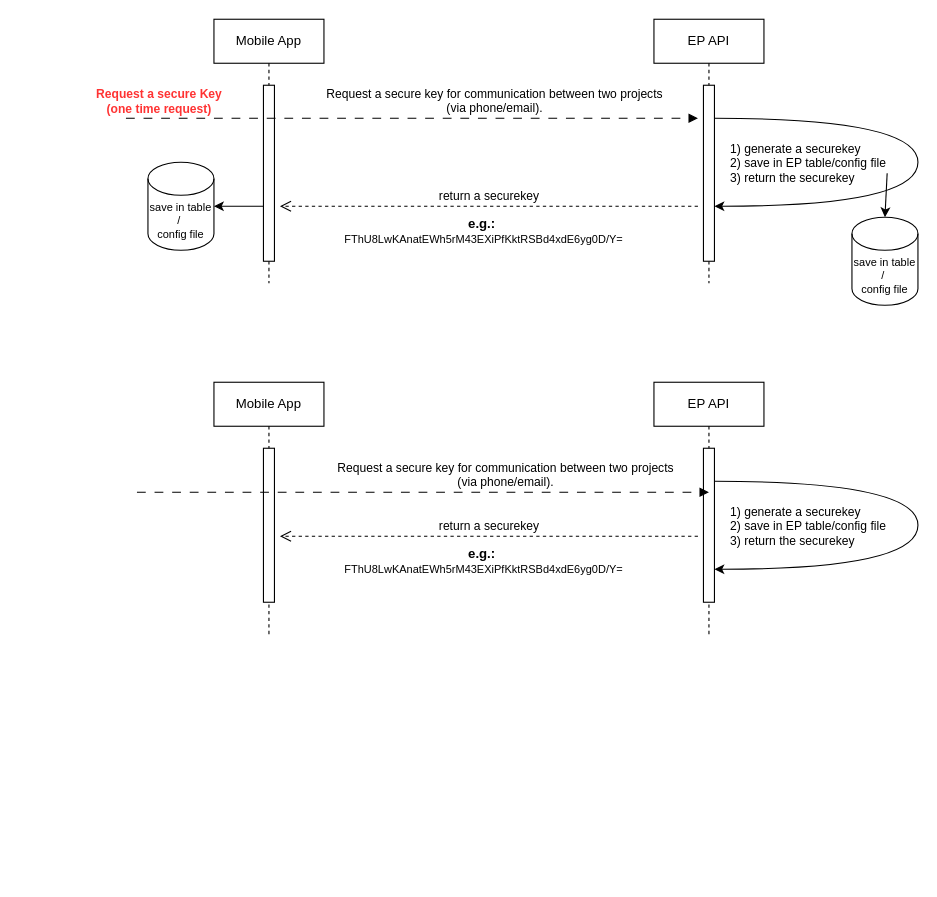
mujianlo/hrpt_drawio keeps this draw.io diagram as employeePortal_API_workflow.drawio. Above is the earlier version. Source tidied: cells renumbered, new cells numbered last; positions are measured from the earlier drawing's top-left corner, leaving out a move shared by most shapes. Both pictures are drawn from the tidied source at 110%, with x=0, y=0 at pixel (87, 19).
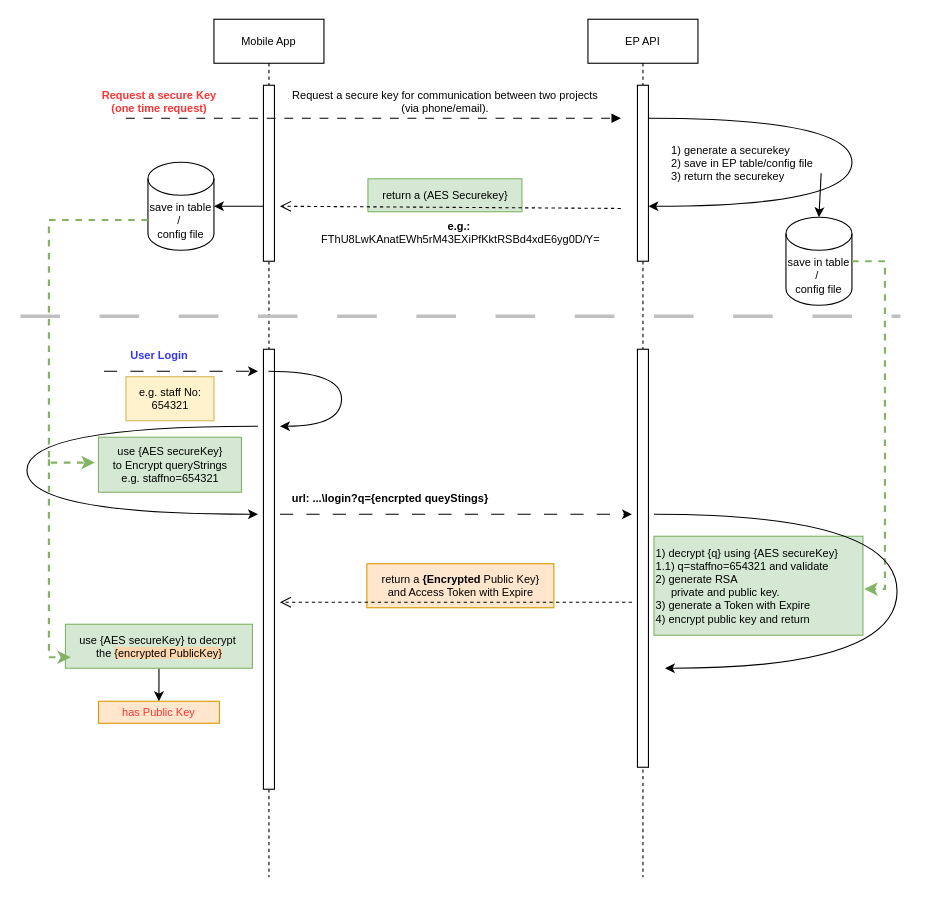
After the change.

What changed in the source:
```diff
@@
+    <mxCell id="25" value="&lt;div&gt;return a &lt;b&gt;{Encrypted&lt;/b&gt; Public Key}&lt;/div&gt;&lt;div&gt;and Access Token with Expire&lt;br&gt;&lt;/div&gt;" style="text;html=1;align=center;verticalAlign=middle;strokeColor=#d79b00;fillColor=#ffe6cc;fontSize=10;" parent="1" vertex="1">
+      <mxGeometry x="254" y="495" width="170" height="40" as="geometry" />
+    </mxCell>
+    <mxCell id="26" value="return a (AES Securekey}" style="text;html=1;align=center;verticalAlign=middle;strokeColor=#82b366;fillColor=#d5e8d4;fontSize=10;" parent="1" vertex="1">
+      <mxGeometry x="255" y="145" width="140" height="30" as="geometry" />
+    </mxCell>
-    <mxCell id="2" value="Mobile App" style="shape=umlLifeline;perimeter=lifelinePerimeter;whiteSpace=wrap;html=1;outlineConnect=0;portConstraint=eastwest;newEdgeStyle={&quot;edgeStyle&quot;:&quot;elbowEdgeStyle&quot;,&quot;elbow&quot;:&quot;vertical&quot;,&quot;curved&quot;:0,&quot;rounded&quot;:0};" parent="1" vertex="1">
-      <mxGeometry x="115" width="100" height="240" as="geometry" />
+    <mxCell id="2" value="Mobile App" style="shape=umlLifeline;perimeter=lifelinePerimeter;whiteSpace=wrap;html=1;outlineConnect=0;portConstraint=eastwest;newEdgeStyle={&quot;edgeStyle&quot;:&quot;elbowEdgeStyle&quot;,&quot;elbow&quot;:&quot;vertical&quot;,&quot;curved&quot;:0,&quot;rounded&quot;:0};fontSize=10;" parent="1" vertex="1">
+      <mxGeometry x="115" width="100" height="780" as="geometry" />
     </mxCell>
-    <mxCell id="3" style="html=1;perimeter=orthogonalPerimeter;targetShapes=umlLifeline;newEdgeStyle={&quot;edgeStyle&quot;:&quot;elbowEdgeStyle&quot;,&quot;elbow&quot;:&quot;vertical&quot;,&quot;curved&quot;:0,&quot;rounded&quot;:0};" parent="2" vertex="1">
+    <mxCell id="3" style="html=1;perimeter=orthogonalPerimeter;targetShapes=umlLifeline;newEdgeStyle={&quot;edgeStyle&quot;:&quot;elbowEdgeStyle&quot;,&quot;elbow&quot;:&quot;vertical&quot;,&quot;curved&quot;:0,&quot;rounded&quot;:0};fontSize=10;" parent="2" vertex="1">
       <mxGeometry x="45" y="60" width="10" height="160" as="geometry" />
     </mxCell>
+    <mxCell id="27" style="html=1;perimeter=orthogonalPerimeter;targetShapes=umlLifeline;newEdgeStyle={&quot;curved&quot;:0,&quot;rounded&quot;:0};fontSize=10;" parent="2" vertex="1">
+      <mxGeometry x="45" y="300" width="10" height="400" as="geometry" />
+    </mxCell>
-    <mxCell id="4" value="EP API" style="shape=umlLifeline;perimeter=lifelinePerimeter;whiteSpace=wrap;html=1;newEdgeStyle={&quot;edgeStyle&quot;:&quot;elbowEdgeStyle&quot;,&quot;elbow&quot;:&quot;vertical&quot;,&quot;curved&quot;:0,&quot;rounded&quot;:0};" parent="1" vertex="1">
-      <mxGeometry x="515" width="100" height="240" as="geometry" />
+    <mxCell id="4" value="EP API" style="shape=umlLifeline;perimeter=lifelinePerimeter;whiteSpace=wrap;html=1;newEdgeStyle={&quot;edgeStyle&quot;:&quot;elbowEdgeStyle&quot;,&quot;elbow&quot;:&quot;vertical&quot;,&quot;curved&quot;:0,&quot;rounded&quot;:0};fontSize=10;" parent="1" vertex="1">
+      <mxGeometry x="455" width="100" height="780" as="geometry" />
     </mxCell>
-    <mxCell id="5" style="html=1;points=[];perimeter=orthogonalPerimeter;outlineConnect=0;targetShapes=umlLifeline;portConstraint=eastwest;newEdgeStyle={&quot;edgeStyle&quot;:&quot;elbowEdgeStyle&quot;,&quot;elbow&quot;:&quot;vertical&quot;,&quot;curved&quot;:0,&quot;rounded&quot;:0};" parent="4" vertex="1">
+    <mxCell id="5" style="html=1;points=[];perimeter=orthogonalPerimeter;outlineConnect=0;targetShapes=umlLifeline;portConstraint=eastwest;newEdgeStyle={&quot;edgeStyle&quot;:&quot;elbowEdgeStyle&quot;,&quot;elbow&quot;:&quot;vertical&quot;,&quot;curved&quot;:0,&quot;rounded&quot;:0};fontSize=10;" parent="4" vertex="1">
       <mxGeometry x="45" y="60" width="10" height="160" as="geometry" />
     </mxCell>
-    <mxCell id="6" style="edgeStyle=orthogonalEdgeStyle;rounded=0;orthogonalLoop=1;jettySize=auto;html=1;elbow=vertical;curved=1;" parent="4" edge="1" source="5" target="5">
+    <mxCell id="6" style="edgeStyle=orthogonalEdgeStyle;rounded=0;orthogonalLoop=1;jettySize=auto;html=1;elbow=vertical;curved=1;fontSize=10;" parent="4" edge="1" source="5" target="5">
       <mxGeometry relative="1" as="geometry">
         <Array as="points">
           <mxPoint x="240" y="90" />
           <mxPoint x="240" y="170" />
         </Array>
       </mxGeometry>
     </mxCell>
-    <mxCell id="7" value="&lt;div align=&quot;left&quot;&gt;1) generate a securekey&lt;/div&gt;&lt;div align=&quot;left&quot;&gt;2) save in EP table/config file &lt;br&gt;&lt;/div&gt;&lt;div align=&quot;left&quot;&gt;3) return the securekey&lt;/div&gt;" style="edgeLabel;html=1;align=center;verticalAlign=middle;" parent="6" vertex="1">
+    <mxCell id="7" value="&lt;div style=&quot;font-size: 10px;&quot; align=&quot;left&quot;&gt;1) generate a securekey&lt;/div&gt;&lt;div style=&quot;font-size: 10px;&quot; align=&quot;left&quot;&gt;2) save in EP table/config file &lt;br style=&quot;font-size: 10px;&quot;&gt;&lt;/div&gt;&lt;div style=&quot;font-size: 10px;&quot; align=&quot;left&quot;&gt;3) return the securekey&lt;/div&gt;" style="edgeLabel;html=1;align=center;verticalAlign=middle;fontSize=10;" parent="6" vertex="1">
       <mxGeometry x="0.31" y="-5" relative="1" as="geometry">
         <mxPoint x="-71" y="-35" as="offset" />
       </mxGeometry>
     </mxCell>
+    <mxCell id="28" style="html=1;perimeter=orthogonalPerimeter;targetShapes=umlLifeline;newEdgeStyle={&quot;curved&quot;:0,&quot;rounded&quot;:0};fontSize=10;" parent="4" vertex="1">
+      <mxGeometry x="45" y="300" width="10" height="380" as="geometry" />
+    </mxCell>
-    <mxCell id="8" value="Request a secure key for communication between two projects&lt;br&gt;(via phone/email)." style="html=1;verticalAlign=bottom;endArrow=block;edgeStyle=elbowEdgeStyle;elbow=vertical;curved=0;rounded=0;dashed=1;dashPattern=8 8;" parent="1" edge="1">
+    <mxCell id="8" value="Request a secure key for communication between two projects&lt;br style=&quot;font-size: 10px;&quot;&gt;(via phone/email)." style="html=1;verticalAlign=bottom;endArrow=block;edgeStyle=elbowEdgeStyle;elbow=vertical;curved=0;rounded=0;dashed=1;dashPattern=8 8;fontSize=10;" parent="1" edge="1">
       <mxGeometry x="0.29" relative="1" as="geometry">
         <mxPoint x="35" y="90" as="sourcePoint" />
-        <mxPoint x="555" y="90" as="targetPoint" />
+        <mxPoint x="485" y="90" as="targetPoint" />
       </mxGeometry>
     </mxCell>
-    <mxCell id="9" value="return a securekey" style="html=1;verticalAlign=bottom;endArrow=open;dashed=1;endSize=8;elbow=horizontal;rounded=0;" parent="1" edge="1">
+    <mxCell id="9" style="html=1;verticalAlign=bottom;endArrow=open;dashed=1;endSize=8;elbow=horizontal;rounded=0;fontSize=10;exitX=1.003;exitY=-0.06;exitDx=0;exitDy=0;exitPerimeter=0;" parent="1" edge="1" source="13">
       <mxGeometry relative="1" as="geometry">
-        <mxPoint x="555" y="170" as="sourcePoint" />
         <mxPoint x="175" y="170" as="targetPoint" />
       </mxGeometry>
     </mxCell>
-    <mxCell id="10" style="rounded=0;jettySize=auto;html=1;elbow=vertical;entryX=1;entryY=0.5;entryDx=0;entryDy=0;entryPerimeter=0;" parent="1" edge="1" target="11">
+    <mxCell id="10" style="rounded=0;jettySize=auto;html=1;elbow=vertical;entryX=1;entryY=0.5;entryDx=0;entryDy=0;entryPerimeter=0;fontSize=10;" parent="1" edge="1" target="11">
       <mxGeometry relative="1" as="geometry">
         <mxPoint x="160" y="170" as="sourcePoint" />
       </mxGeometry>
     </mxCell>
-    <mxCell id="11" value="&lt;div style=&quot;font-size: 10px;&quot;&gt;save in table /&amp;nbsp;&lt;/div&gt;&lt;div style=&quot;font-size: 10px;&quot;&gt;config file&lt;br style=&quot;font-size: 10px;&quot;&gt;&lt;/div&gt;" style="shape=cylinder3;whiteSpace=wrap;html=1;boundedLbl=1;backgroundOutline=1;size=15;" parent="1" vertex="1">
+    <mxCell id="11" value="&lt;div style=&quot;font-size: 10px;&quot;&gt;save in table /&amp;nbsp;&lt;/div&gt;&lt;div style=&quot;font-size: 10px;&quot;&gt;config file&lt;br style=&quot;font-size: 10px;&quot;&gt;&lt;/div&gt;" style="shape=cylinder3;whiteSpace=wrap;html=1;boundedLbl=1;backgroundOutline=1;size=15;fontSize=10;" parent="1" vertex="1">
       <mxGeometry x="55" y="130" width="60" height="80" as="geometry" />
     </mxCell>
-    <mxCell id="12" value="Request a secure Key&lt;br&gt;(one time request)" style="text;html=1;align=center;verticalAlign=middle;strokeColor=none;fillColor=none;fontSize=11;fontStyle=1;fontColor=#FF3333;" parent="1" vertex="1">
-      <mxGeometry y="55" width="130" height="40" as="geometry" />
+    <mxCell id="12" value="Request a secure Key&lt;br style=&quot;font-size: 10px;&quot;&gt;(one time request)" style="text;html=1;align=center;verticalAlign=middle;strokeColor=none;fillColor=none;fontSize=10;fontStyle=1;fontColor=#FF3333;" parent="1" vertex="1">
+      <mxGeometry x="5" y="55" width="120" height="40" as="geometry" />
     </mxCell>
-    <mxCell id="13" value="&lt;b&gt;e.g.:&amp;nbsp;&lt;/b&gt;&lt;br&gt;&lt;font style=&quot;font-size: 10px;&quot;&gt;FThU8LwKAnatEWh5rM43EXiPfKktRSBd4xdE6yg0D/Y=&lt;/font&gt;&lt;div&gt;&lt;br&gt;&lt;/div&gt;" style="text;html=1;align=center;verticalAlign=middle;points=[];strokeColor=none;fillColor=none;" parent="1" vertex="1">
-      <mxGeometry x="215" y="170" width="290" height="60" as="geometry" />
+    <mxCell id="13" value="&lt;b style=&quot;font-size: 10px;&quot;&gt;e.g.:&amp;nbsp;&lt;/b&gt;&lt;br style=&quot;font-size: 10px;&quot;&gt;&lt;font style=&quot;font-size: 10px;&quot;&gt;FThU8LwKAnatEWh5rM43EXiPfKktRSBd4xdE6yg0D/Y=&lt;/font&gt;&lt;div style=&quot;font-size: 10px;&quot;&gt;&lt;br style=&quot;font-size: 10px;&quot;&gt;&lt;/div&gt;" style="text;html=1;align=center;verticalAlign=middle;points=[];strokeColor=none;fillColor=none;fontSize=10;" parent="1" vertex="1">
+      <mxGeometry x="194" y="175" width="290" height="50" as="geometry" />
     </mxCell>
-    <mxCell id="14" value="&lt;div style=&quot;font-size: 10px;&quot;&gt;save in table /&amp;nbsp;&lt;/div&gt;&lt;div style=&quot;font-size: 10px;&quot;&gt;config file&lt;br style=&quot;font-size: 10px;&quot;&gt;&lt;/div&gt;" style="shape=cylinder3;whiteSpace=wrap;html=1;boundedLbl=1;backgroundOutline=1;size=15;" parent="1" vertex="1">
-      <mxGeometry x="695" y="180" width="60" height="80" as="geometry" />
+    <mxCell id="14" value="&lt;div style=&quot;font-size: 10px;&quot;&gt;save in table /&amp;nbsp;&lt;/div&gt;&lt;div style=&quot;font-size: 10px;&quot;&gt;config file&lt;br style=&quot;font-size: 10px;&quot;&gt;&lt;/div&gt;" style="shape=cylinder3;whiteSpace=wrap;html=1;boundedLbl=1;backgroundOutline=1;size=15;fontSize=10;" parent="1" vertex="1">
+      <mxGeometry x="635" y="180" width="60" height="80" as="geometry" />
     </mxCell>
-    <mxCell id="15" style="endArrow=classic;html=1;rounded=0;entryX=0.5;entryY=0;entryDx=0;entryDy=0;entryPerimeter=0;" parent="1" edge="1" target="14">
+    <mxCell id="15" style="endArrow=classic;html=1;rounded=0;entryX=0.5;entryY=0;entryDx=0;entryDy=0;entryPerimeter=0;fontSize=10;" parent="1" edge="1" target="14">
       <mxGeometry relative="1" as="geometry">
-        <mxPoint x="727" y="140" as="sourcePoint" />
+        <mxPoint x="667" y="140" as="sourcePoint" />
       </mxGeometry>
     </mxCell>
-    <mxCell id="16" value="Mobile App" style="shape=umlLifeline;perimeter=lifelinePerimeter;whiteSpace=wrap;html=1;newEdgeStyle={&quot;edgeStyle&quot;:&quot;elbowEdgeStyle&quot;,&quot;elbow&quot;:&quot;vertical&quot;,&quot;curved&quot;:0,&quot;rounded&quot;:0};" parent="1" vertex="1">
-      <mxGeometry x="115" y="330" width="100" height="230" as="geometry" />
-    </mxCell>
-    <mxCell id="17" style="html=1;perimeter=orthogonalPerimeter;targetShapes=umlLifeline;newEdgeStyle={&quot;edgeStyle&quot;:&quot;elbowEdgeStyle&quot;,&quot;elbow&quot;:&quot;vertical&quot;,&quot;curved&quot;:0,&quot;rounded&quot;:0};" parent="16" vertex="1">
-      <mxGeometry x="45" y="60" width="10" height="140" as="geometry" />
-    </mxCell>
-    <mxCell id="18" value="EP API" style="shape=umlLifeline;perimeter=lifelinePerimeter;whiteSpace=wrap;html=1;newEdgeStyle={&quot;edgeStyle&quot;:&quot;elbowEdgeStyle&quot;,&quot;elbow&quot;:&quot;vertical&quot;,&quot;curved&quot;:0,&quot;rounded&quot;:0};" parent="1" vertex="1">
-      <mxGeometry x="515" y="330" width="100" height="230" as="geometry" />
-    </mxCell>
-    <mxCell id="19" style="html=1;points=[];perimeter=orthogonalPerimeter;outlineConnect=0;targetShapes=umlLifeline;portConstraint=eastwest;newEdgeStyle={&quot;edgeStyle&quot;:&quot;elbowEdgeStyle&quot;,&quot;elbow&quot;:&quot;vertical&quot;,&quot;curved&quot;:0,&quot;rounded&quot;:0};" parent="18" vertex="1">
-      <mxGeometry x="45" y="60" width="10" height="140" as="geometry" />
-    </mxCell>
-    <mxCell id="20" style="edgeStyle=orthogonalEdgeStyle;rounded=0;orthogonalLoop=1;jettySize=auto;html=1;elbow=vertical;curved=1;" parent="18" edge="1" source="19" target="19">
-      <mxGeometry relative="1" as="geometry">
-        <Array as="points">
-          <mxPoint x="240" y="90" />
-          <mxPoint x="240" y="170" />
-        </Array>
-      </mxGeometry>
-    </mxCell>
-    <mxCell id="21" value="&lt;div align=&quot;left&quot;&gt;1) generate a securekey&lt;/div&gt;&lt;div align=&quot;left&quot;&gt;2) save in EP table/config file &lt;br&gt;&lt;/div&gt;&lt;div align=&quot;left&quot;&gt;3) return the securekey&lt;/div&gt;" style="edgeLabel;html=1;align=center;verticalAlign=middle;" parent="20" vertex="1">
-      <mxGeometry x="0.31" y="-5" relative="1" as="geometry">
-        <mxPoint x="-71" y="-35" as="offset" />
-      </mxGeometry>
-    </mxCell>
-    <mxCell id="22" value="return a securekey" style="html=1;verticalAlign=bottom;endArrow=open;dashed=1;endSize=8;elbow=horizontal;rounded=0;" parent="1" edge="1">
-      <mxGeometry relative="1" as="geometry">
-        <mxPoint x="555" y="470" as="sourcePoint" />
-        <mxPoint x="175" y="470" as="targetPoint" />
-      </mxGeometry>
-    </mxCell>
-    <mxCell id="23" value="&lt;b&gt;e.g.:&amp;nbsp;&lt;/b&gt;&lt;br&gt;&lt;font style=&quot;font-size: 10px;&quot;&gt;FThU8LwKAnatEWh5rM43EXiPfKktRSBd4xdE6yg0D/Y=&lt;/font&gt;&lt;div&gt;&lt;br&gt;&lt;/div&gt;" style="text;html=1;align=center;verticalAlign=middle;strokeColor=none;fillColor=none;" parent="1" vertex="1">
-      <mxGeometry x="215" y="470" width="290" height="60" as="geometry" />
-    </mxCell>
-    <mxCell id="24" value="Request a secure key for communication between two projects&lt;br&gt;(via phone/email)." style="html=1;verticalAlign=bottom;endArrow=block;edgeStyle=elbowEdgeStyle;elbow=vertical;curved=0;rounded=0;dashed=1;dashPattern=8 8;" parent="1" edge="1">
-      <mxGeometry x="0.29" relative="1" as="geometry">
-        <mxPoint x="45" y="430" as="sourcePoint" />
-        <mxPoint x="565" y="430" as="targetPoint" />
-      </mxGeometry>
-    </mxCell>
+    <mxCell id="29" value="User Login" style="text;html=1;align=center;verticalAlign=middle;strokeColor=none;fillColor=none;fontSize=10;fontStyle=1;fontColor=#3333FF;" parent="1" vertex="1">
+      <mxGeometry x="30" y="290" width="70" height="30" as="geometry" />
+    </mxCell>
+    <mxCell id="30" style="edgeStyle=orthogonalEdgeStyle;rounded=0;orthogonalLoop=1;jettySize=auto;html=1;curved=1;fontSize=10;" parent="1" edge="1">
+      <mxGeometry relative="1" as="geometry">
+        <mxPoint x="155" y="370" as="sourcePoint" />
+        <mxPoint x="155" y="450" as="targetPoint" />
+        <Array as="points">
+          <mxPoint x="-55" y="370" />
+          <mxPoint x="-55" y="450" />
+        </Array>
+      </mxGeometry>
+    </mxCell>
+    <mxCell id="31" style="endArrow=classic;html=1;rounded=0;dashed=1;dashPattern=12 12;fontSize=10;" parent="1" edge="1">
+      <mxGeometry relative="1" as="geometry">
+        <mxPoint x="15" y="320" as="sourcePoint" />
+        <mxPoint x="155" y="320" as="targetPoint" />
+      </mxGeometry>
+    </mxCell>
+    <mxCell id="32" value="e.g. staff No: &lt;br style=&quot;font-size: 10px;&quot;&gt;654321" style="text;html=1;align=center;verticalAlign=middle;strokeColor=#d6b656;fillColor=#fff2cc;fontSize=10;" parent="1" vertex="1">
+      <mxGeometry x="35" y="325" width="80" height="40" as="geometry" />
+    </mxCell>
+    <mxCell id="33" value="&lt;div style=&quot;font-size: 10px;&quot;&gt;use {AES secureKey}&lt;/div&gt;&lt;div style=&quot;font-size: 10px;&quot;&gt;to Encrypt queryStrings&lt;br style=&quot;font-size: 10px;&quot;&gt;e.g. staffno=654321&lt;br&gt;&lt;/div&gt;" style="text;html=1;align=center;verticalAlign=middle;points=[];strokeColor=#82b366;fillColor=#d5e8d4;fontSize=10;" parent="1" vertex="1">
+      <mxGeometry x="10" y="380" width="130" height="50" as="geometry" />
+    </mxCell>
+    <mxCell id="34" style="endArrow=classic;html=1;rounded=0;edgeStyle=elbowEdgeStyle;exitX=0;exitY=0;exitDx=0;exitDy=52.5;exitPerimeter=0;dashed=1;fillColor=#d5e8d4;strokeColor=#82b366;strokeWidth=2;fontSize=10;entryX=-0.025;entryY=0.46;entryDx=0;entryDy=0;entryPerimeter=0;" parent="1" edge="1" source="11" target="33">
+      <mxGeometry relative="1" as="geometry">
+        <Array as="points">
+          <mxPoint x="-35" y="300" />
+        </Array>
+      </mxGeometry>
+    </mxCell>
+    <mxCell id="35" style="endArrow=classic;html=1;rounded=0;dashed=1;dashPattern=12 12;edgeStyle=elbowEdgeStyle;fontSize=10;" parent="1" edge="1">
+      <mxGeometry relative="1" as="geometry">
+        <mxPoint x="175" y="450" as="sourcePoint" />
+        <mxPoint x="495" y="450" as="targetPoint" />
+      </mxGeometry>
+    </mxCell>
+    <mxCell id="36" value="url: ...\login?q={encrpted queyStings}" style="text;html=1;align=center;verticalAlign=middle;strokeColor=none;fillColor=none;fontStyle=1;fontSize=10;" parent="1" vertex="1">
+      <mxGeometry x="175" y="420" width="200" height="30" as="geometry" />
+    </mxCell>
+    <mxCell id="37" style="endArrow=classic;html=1;rounded=0;fontSize=10;edgeStyle=elbowEdgeStyle;entryX=1.006;entryY=0.533;entryDx=0;entryDy=0;entryPerimeter=0;exitX=1;exitY=0.5;exitDx=0;exitDy=0;exitPerimeter=0;fillColor=#d5e8d4;strokeColor=#82b366;dashed=1;strokeWidth=2;" parent="1" edge="1" source="14" target="38">
+      <mxGeometry relative="1" as="geometry">
+        <Array as="points">
+          <mxPoint x="725" y="370" />
+        </Array>
+      </mxGeometry>
+    </mxCell>
+    <mxCell id="38" value="&lt;div style=&quot;font-size: 10px;&quot;&gt;&lt;font style=&quot;font-size: 10px;&quot;&gt;1) decrypt {q} using {AES secureKey}&lt;br style=&quot;font-size: 10px;&quot;&gt;&lt;/font&gt;&lt;/div&gt;&lt;div style=&quot;font-size: 10px;&quot;&gt;&lt;font style=&quot;font-size: 10px;&quot;&gt;1.1) q=staffno=654321 and validate&lt;br style=&quot;font-size: 10px;&quot;&gt;&lt;/font&gt;&lt;/div&gt;&lt;div style=&quot;font-size: 10px;&quot;&gt;&lt;font style=&quot;font-size: 10px;&quot;&gt;2) generate RSA&lt;/font&gt;&lt;/div&gt;&lt;div style=&quot;font-size: 10px;&quot;&gt;&lt;font style=&quot;font-size: 10px;&quot;&gt;&lt;font style=&quot;font-size: 10px;&quot;&gt;&amp;nbsp; &amp;nbsp;&amp;nbsp; private and public key.&lt;/font&gt;&lt;/font&gt;&lt;/div&gt;&lt;div style=&quot;font-size: 10px;&quot;&gt;&lt;font style=&quot;font-size: 10px;&quot;&gt;&lt;font style=&quot;font-size: 10px;&quot;&gt;3) generate a Token with Expire&lt;br&gt;&lt;/font&gt;&lt;/font&gt;&lt;/div&gt;&lt;div&gt;4) encrypt public key and return&lt;br&gt;&lt;/div&gt;" style="text;html=1;align=left;verticalAlign=middle;points=[];strokeColor=#82b366;fillColor=#d5e8d4;fontSize=10;" parent="1" vertex="1">
+      <mxGeometry x="515" y="470" width="190" height="90" as="geometry" />
+    </mxCell>
+    <mxCell id="39" style="html=1;verticalAlign=bottom;endArrow=open;dashed=1;endSize=8;elbow=horizontal;rounded=0;fontSize=10;" parent="1" edge="1">
+      <mxGeometry relative="1" as="geometry">
+        <mxPoint x="495" y="530" as="sourcePoint" />
+        <mxPoint x="175" y="530" as="targetPoint" />
+      </mxGeometry>
+    </mxCell>
+    <mxCell id="40" style="edgeStyle=orthogonalEdgeStyle;rounded=0;orthogonalLoop=1;jettySize=auto;html=1;elbow=vertical;curved=1;fontSize=10;" parent="1" edge="1">
+      <mxGeometry relative="1" as="geometry">
+        <mxPoint x="515" y="450" as="sourcePoint" />
+        <mxPoint x="525" y="590" as="targetPoint" />
+        <Array as="points">
+          <mxPoint x="736" y="450" />
+          <mxPoint x="736" y="590" />
+        </Array>
+      </mxGeometry>
+    </mxCell>
+    <mxCell id="41" style="endArrow=none;dashed=1;html=1;rounded=0;dashPattern=12 12;fillColor=#e1d5e7;strokeColor=#c0c0c0;strokeWidth=3;" parent="1" edge="1">
+      <mxGeometry relative="1" as="geometry">
+        <mxPoint x="-61" y="270" as="sourcePoint" />
+        <mxPoint x="739" y="270" as="targetPoint" />
+      </mxGeometry>
+    </mxCell>
+    <mxCell id="42" style="edgeStyle=orthogonalEdgeStyle;rounded=0;jettySize=auto;html=1;" parent="1" edge="1" source="43" target="45">
+      <mxGeometry relative="1" as="geometry" />
+    </mxCell>
+    <mxCell id="43" value="&lt;div&gt;use {AES secureKey} to decrypt&amp;nbsp;&lt;/div&gt;&lt;div&gt;the &lt;span style=&quot;background-color: rgb(255, 215, 174);&quot;&gt;{encrypted PublicKey}&lt;/span&gt;&lt;/div&gt;" style="text;html=1;align=center;verticalAlign=middle;points=[];strokeColor=#82b366;fillColor=#d5e8d4;fontSize=10;" parent="1" vertex="1">
+      <mxGeometry x="-20" y="550" width="170" height="40" as="geometry" />
+    </mxCell>
+    <mxCell id="44" style="endArrow=classic;html=1;rounded=0;edgeStyle=elbowEdgeStyle;dashed=1;fillColor=#d5e8d4;strokeColor=#82b366;strokeWidth=2;fontSize=10;entryX=0.029;entryY=0.75;entryDx=0;entryDy=0;entryPerimeter=0;" parent="1" edge="1" target="43">
+      <mxGeometry relative="1" as="geometry">
+        <mxPoint x="-35" y="400" as="sourcePoint" />
+        <Array as="points">
+          <mxPoint x="-35" y="490" />
+        </Array>
+      </mxGeometry>
+    </mxCell>
+    <mxCell id="45" value="has Public Key" style="rounded=0;whiteSpace=wrap;html=1;fillColor=#ffe6cc;strokeColor=#d79b00;fontSize=10;fontColor=#FF3333;" parent="1" vertex="1">
+      <mxGeometry x="10" y="620" width="110" height="20" as="geometry" />
+    </mxCell>
+    <mxCell id="46" style="edgeStyle=orthogonalEdgeStyle;rounded=0;jettySize=auto;html=1;curved=1;fontSize=10;" parent="1" edge="1" source="2">
+      <mxGeometry relative="1" as="geometry">
+        <mxPoint x="175" y="370" as="targetPoint" />
+        <Array as="points">
+          <mxPoint x="231" y="320" />
+          <mxPoint x="231" y="370" />
+          <mxPoint x="175" y="370" />
+        </Array>
+      </mxGeometry>
+    </mxCell>
```
